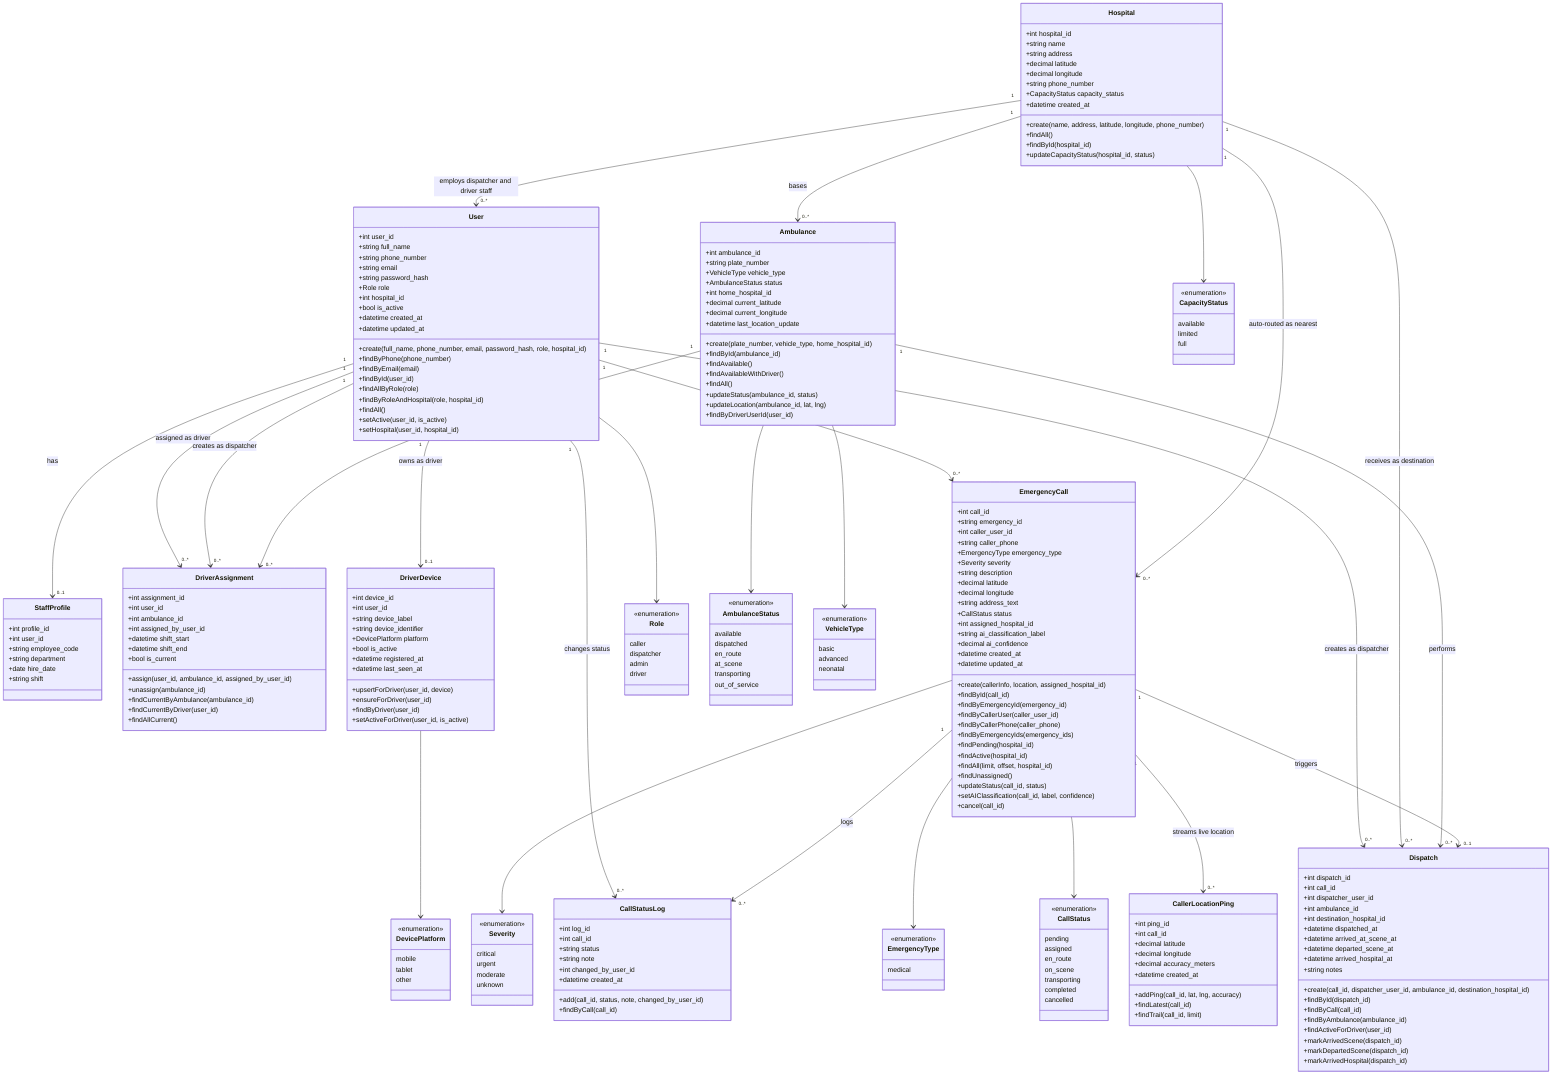
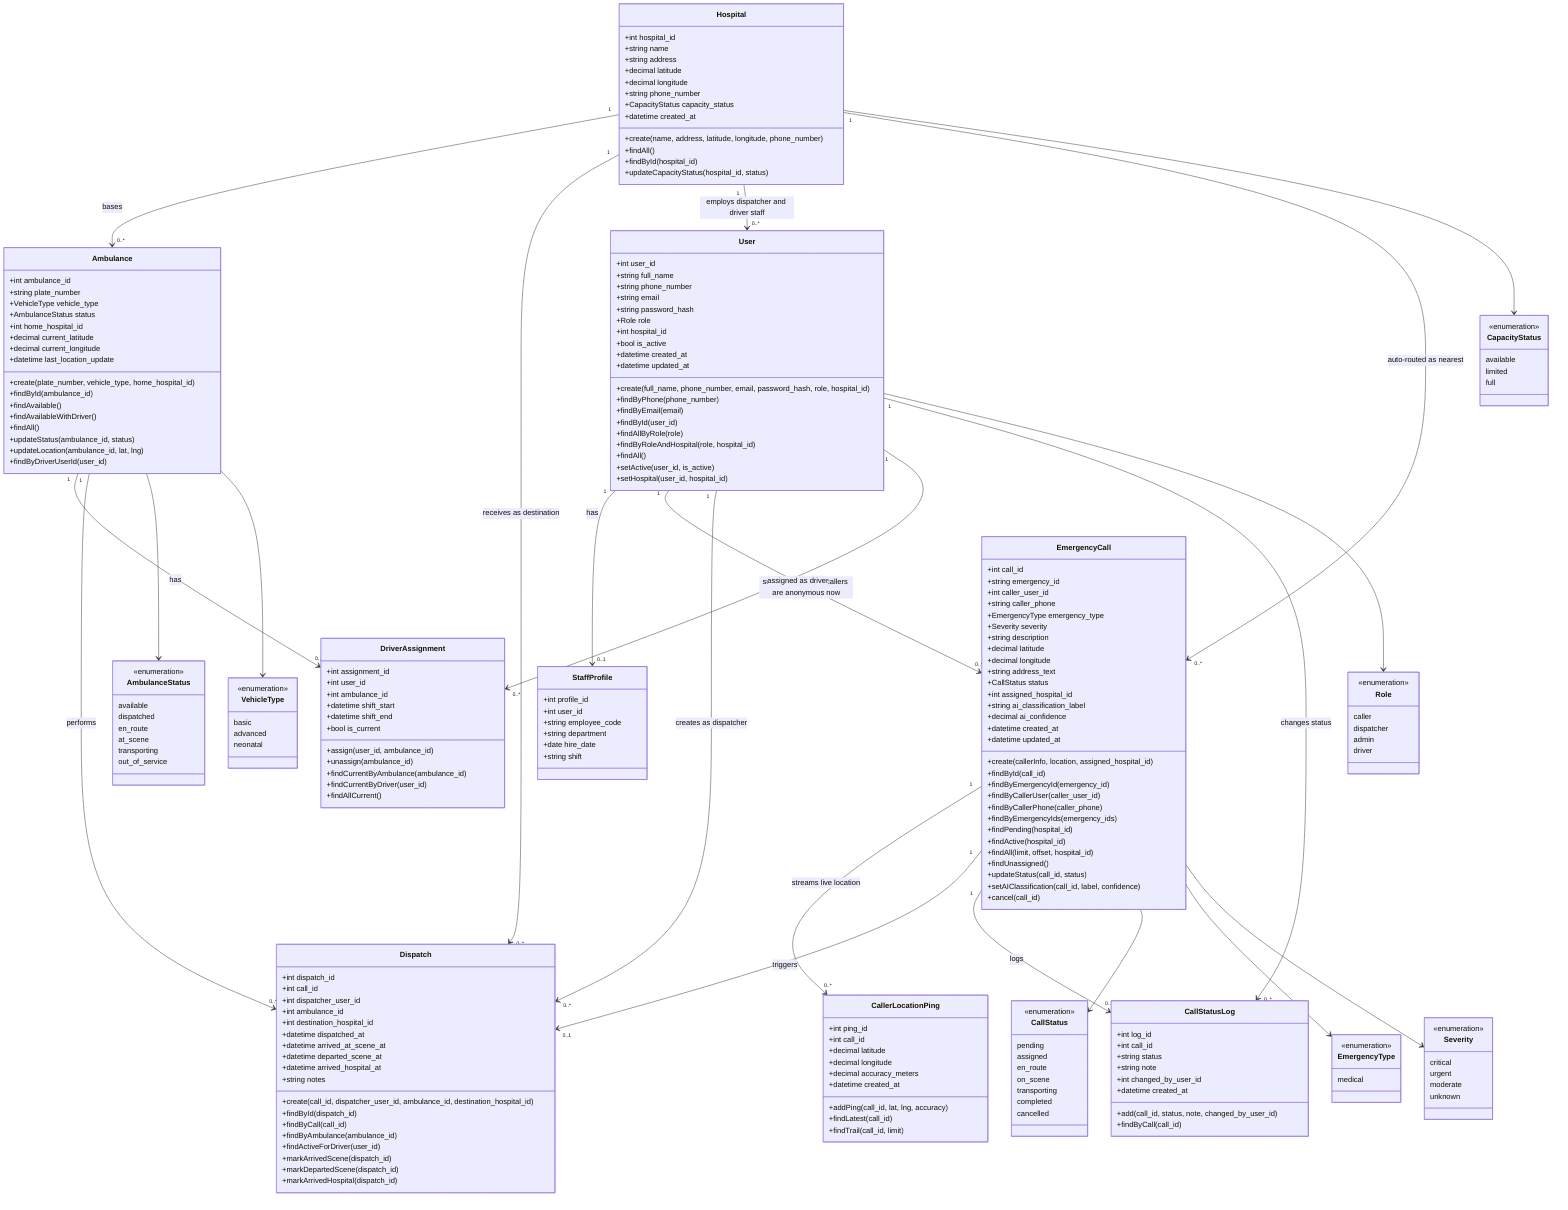
classDiagram
    direction TB

    %% ============================================================
    %% AUTH & STAFF
    %% ============================================================

    class User {
        +int user_id
        +string full_name
        +string phone_number
        +string email
        +string password_hash
        +Role role
        +int hospital_id
        +bool is_active
        +datetime created_at
        +datetime updated_at
        +create(full_name, phone_number, email, password_hash, role, hospital_id)
        +findByPhone(phone_number)
        +findByEmail(email)
        +findById(user_id)
        +findAllByRole(role)
        +findByRoleAndHospital(role, hospital_id)
        +findAll()
        +setActive(user_id, is_active)
        +setHospital(user_id, hospital_id)
    }

    class StaffProfile {
        +int profile_id
        +int user_id
        +string employee_code
        +string department
        +date hire_date
        +string shift
    }

    %% ============================================================
    %% HOSPITALS & FLEET
    %% ============================================================

    class Hospital {
        +int hospital_id
        +string name
        +string address
        +decimal latitude
        +decimal longitude
        +string phone_number
        +CapacityStatus capacity_status
        +datetime created_at
        +create(name, address, latitude, longitude, phone_number)
        +findAll()
        +findById(hospital_id)
        +updateCapacityStatus(hospital_id, status)
    }

    class Ambulance {
        +int ambulance_id
        +string plate_number
        +VehicleType vehicle_type
        +AmbulanceStatus status
        +int home_hospital_id
        +decimal current_latitude
        +decimal current_longitude
        +datetime last_location_update
        +create(plate_number, vehicle_type, home_hospital_id)
        +findById(ambulance_id)
        +findAvailable()
        +findAvailableWithDriver()
        +findAll()
        +updateStatus(ambulance_id, status)
        +updateLocation(ambulance_id, lat, lng)
        +findByDriverUserId(user_id)
    }

    class DriverAssignment {
        +int assignment_id
        +int user_id
        +int ambulance_id
-         +int assigned_by_user_id
        +datetime shift_start
        +datetime shift_end
        +bool is_current
-         +assign(user_id, ambulance_id, assigned_by_user_id)
+         +assign(user_id, ambulance_id)
        +unassign(ambulance_id)
        +findCurrentByAmbulance(ambulance_id)
        +findCurrentByDriver(user_id)
        +findAllCurrent()
-     }
- 
-     class DriverDevice {
-         +int device_id
-         +int user_id
-         +string device_label
-         +string device_identifier
-         +DevicePlatform platform
-         +bool is_active
-         +datetime registered_at
-         +datetime last_seen_at
-         +upsertForDriver(user_id, device)
-         +ensureForDriver(user_id)
-         +findByDriver(user_id)
-         +setActiveForDriver(user_id, is_active)
    }

    %% ============================================================
    %% EMERGENCY CALLS
    %% ============================================================

    class EmergencyCall {
        +int call_id
        +string emergency_id
        +int caller_user_id
        +string caller_phone
        +EmergencyType emergency_type
        +Severity severity
        +string description
        +decimal latitude
        +decimal longitude
        +string address_text
        +CallStatus status
        +int assigned_hospital_id
        +string ai_classification_label
        +decimal ai_confidence
        +datetime created_at
        +datetime updated_at
        +create(callerInfo, location, assigned_hospital_id)
        +findById(call_id)
        +findByEmergencyId(emergency_id)
        +findByCallerUser(caller_user_id)
        +findByCallerPhone(caller_phone)
        +findByEmergencyIds(emergency_ids)
        +findPending(hospital_id)
        +findActive(hospital_id)
        +findAll(limit, offset, hospital_id)
        +findUnassigned()
        +updateStatus(call_id, status)
        +setAIClassification(call_id, label, confidence)
        +cancel(call_id)
    }

    class CallerLocationPing {
        +int ping_id
        +int call_id
        +decimal latitude
        +decimal longitude
        +decimal accuracy_meters
        +datetime created_at
        +addPing(call_id, lat, lng, accuracy)
        +findLatest(call_id)
        +findTrail(call_id, limit)
    }

    class CallStatusLog {
        +int log_id
        +int call_id
        +string status
        +string note
        +int changed_by_user_id
        +datetime created_at
        +add(call_id, status, note, changed_by_user_id)
        +findByCall(call_id)
    }

    %% ============================================================
    %% DISPATCH
    %% ============================================================

    class Dispatch {
        +int dispatch_id
        +int call_id
        +int dispatcher_user_id
        +int ambulance_id
        +int destination_hospital_id
        +datetime dispatched_at
        +datetime arrived_at_scene_at
        +datetime departed_scene_at
        +datetime arrived_hospital_at
        +string notes
        +create(call_id, dispatcher_user_id, ambulance_id, destination_hospital_id)
        +findById(dispatch_id)
        +findByCall(call_id)
        +findByAmbulance(ambulance_id)
        +findActiveForDriver(user_id)
        +markArrivedScene(dispatch_id)
        +markDepartedScene(dispatch_id)
        +markArrivedHospital(dispatch_id)
    }

    %% ============================================================
    %% ENUMERATIONS
    %% ============================================================

    class Role {
        <<enumeration>>
        caller
        dispatcher
        admin
        driver
    }

    class CallStatus {
        <<enumeration>>
        pending
        assigned
        en_route
        on_scene
        transporting
        completed
        cancelled
    }

    %% Only 'medical' is enforced end-to-end right now (validator + UI).
    %% accident / fire_related / other still exist in the raw DB column
    %% type for future expansion, but nothing above the schema allows them.
    class EmergencyType {
        <<enumeration>>
        medical
    }

    class Severity {
        <<enumeration>>
        critical
        urgent
        moderate
        unknown
    }

    class AmbulanceStatus {
        <<enumeration>>
        available
        dispatched
        en_route
        at_scene
        transporting
        out_of_service
    }

    class VehicleType {
        <<enumeration>>
        basic
        advanced
        neonatal
    }

    class CapacityStatus {
        <<enumeration>>
        available
        limited
        full
    }

-     class DevicePlatform {
-         <<enumeration>>
-         mobile
-         tablet
-         other
-     }
- 
    %% ============================================================
    %% RELATIONSHIPS
    %% ============================================================

    User "1" --> "0..1" StaffProfile : has
    User "1" --> "0..*" EmergencyCall : submits optionally, callers are anonymous now
    User "1" --> "0..*" Dispatch : creates as dispatcher
    User "1" --> "0..*" DriverAssignment : assigned as driver
-     User "1" --> "0..*" DriverAssignment : creates as dispatcher
-     User "1" --> "0..1" DriverDevice : owns as driver
    User "1" --> "0..*" CallStatusLog : changes status

    Hospital "1" --> "0..*" Ambulance : bases
    Hospital "1" --> "0..*" Dispatch : receives as destination
    Hospital "1" --> "0..*" User : employs dispatcher and driver staff
    Hospital "1" --> "0..*" EmergencyCall : auto-routed as nearest

    Ambulance "1" --> "0..*" DriverAssignment : has
    Ambulance "1" --> "0..*" Dispatch : performs

    EmergencyCall "1" --> "0..*" CallerLocationPing : streams live location
    EmergencyCall "1" --> "0..1" Dispatch : triggers
    EmergencyCall "1" --> "0..*" CallStatusLog : logs

    User --> Role
    EmergencyCall --> CallStatus
    EmergencyCall --> EmergencyType
    EmergencyCall --> Severity
    Ambulance --> AmbulanceStatus
    Ambulance --> VehicleType
    Hospital --> CapacityStatus
-     DriverDevice --> DevicePlatform
